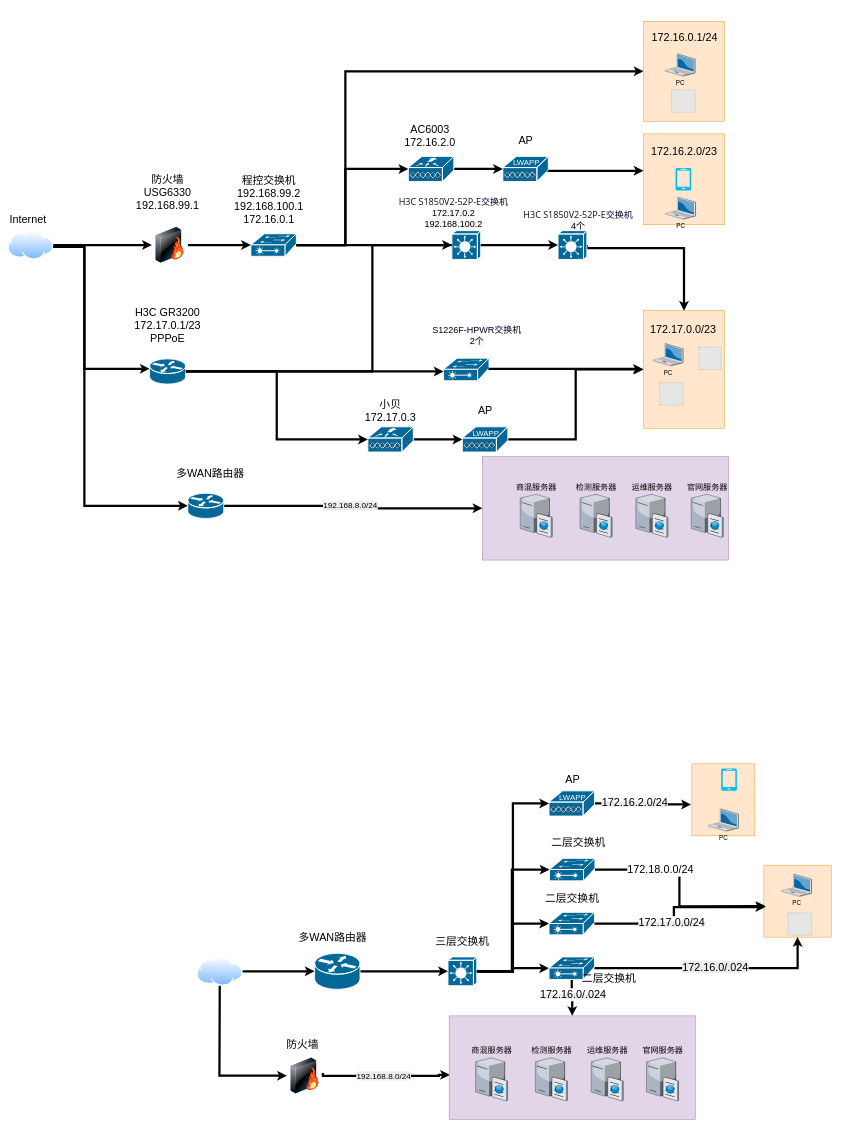
NewStart2019/cardiac-segmentation keeps this draw.io diagram as 未命名绘图.drawio. Above is the earlier version. Source tidied: cells renumbered, new cells numbered last; positions are measured from the earlier drawing's top-left corner, leaving out a move shared by most shapes. Both pictures are drawn from the tidied source at 45%, with x=0, y=0 at pixel (8, 21). Pictures stored in the file or linked from it are replaced by grey dashed boxes.
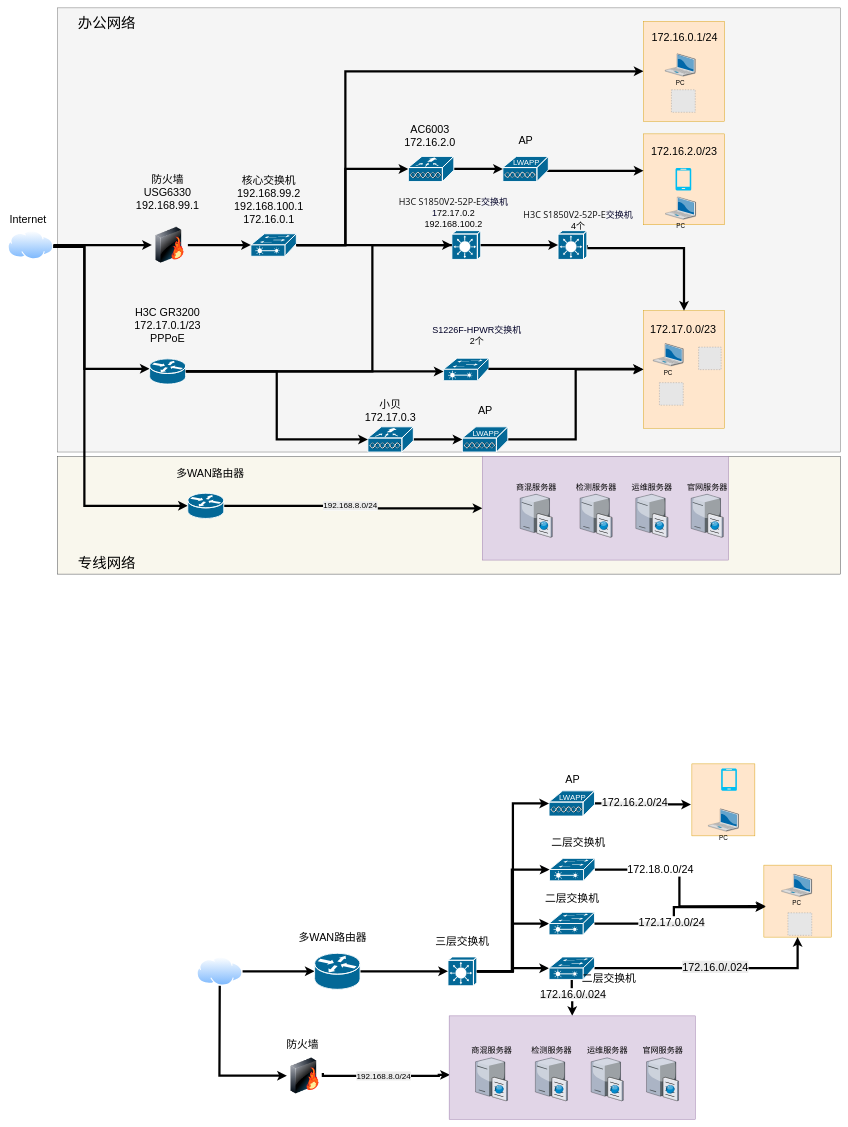
After the change.

Commit message:
未命名绘图.drawio

The edit, as a diff of the source:
```diff
@@
+    <mxCell id="109" style="whiteSpace=wrap;html=1;fillColor=#f9f7ed;strokeColor=#36393d;" parent="1" vertex="1">
+      <mxGeometry x="110" y="967.1" width="1740" height="261.2" as="geometry" />
+    </mxCell>
+    <mxCell id="110" style="whiteSpace=wrap;html=1;fillColor=#f5f5f5;strokeColor=#666666;fontColor=#333333;" parent="1" vertex="1">
+      <mxGeometry x="110" y="-30" width="1740" height="987" as="geometry" />
+    </mxCell>
@@
-    <mxCell id="86" value="&lt;span style=&quot;font-size: 24px;&quot;&gt;程控交换机192.168.99.2&lt;/span&gt;&lt;div&gt;&lt;span style=&quot;font-size: 24px;&quot;&gt;192.168.100.1&lt;/span&gt;&lt;span style=&quot;font-size: 24px;&quot;&gt;&lt;/span&gt;&lt;/div&gt;&lt;div&gt;&lt;span style=&quot;font-size: 24px;&quot;&gt;172.16.0.1&lt;/span&gt;&lt;/div&gt;" style="text;html=1;whiteSpace=wrap;strokeColor=none;fillColor=none;align=center;verticalAlign=middle;rounded=0;" parent="1" vertex="1">
+    <mxCell id="86" value="&lt;span style=&quot;font-size: 24px;&quot;&gt;核心交换机192.168.99.2&lt;/span&gt;&lt;div&gt;&lt;span style=&quot;font-size: 24px;&quot;&gt;192.168.100.1&lt;/span&gt;&lt;span style=&quot;font-size: 24px;&quot;&gt;&lt;/span&gt;&lt;/div&gt;&lt;div&gt;&lt;span style=&quot;font-size: 24px;&quot;&gt;172.16.0.1&lt;/span&gt;&lt;/div&gt;" style="text;html=1;whiteSpace=wrap;strokeColor=none;fillColor=none;align=center;verticalAlign=middle;rounded=0;" parent="1" vertex="1">
       <mxGeometry x="489.8" y="342" width="180" height="110" as="geometry" />
     </mxCell>
@@
+    <mxCell id="111" value="&lt;font style=&quot;font-size: 32px;&quot;&gt;办公网络&lt;/font&gt;" style="text;html=1;whiteSpace=wrap;strokeColor=none;fillColor=none;align=center;verticalAlign=middle;rounded=0;" parent="1" vertex="1">
+      <mxGeometry x="120" y="-10" width="200" height="30" as="geometry" />
+    </mxCell>
+    <mxCell id="112" value="&lt;font style=&quot;font-size: 32px;&quot;&gt;专线网络&lt;/font&gt;" style="text;html=1;whiteSpace=wrap;strokeColor=none;fillColor=none;align=center;verticalAlign=middle;rounded=0;" parent="1" vertex="1">
+      <mxGeometry x="120" y="1190" width="200" height="30" as="geometry" />
+    </mxCell>
```
